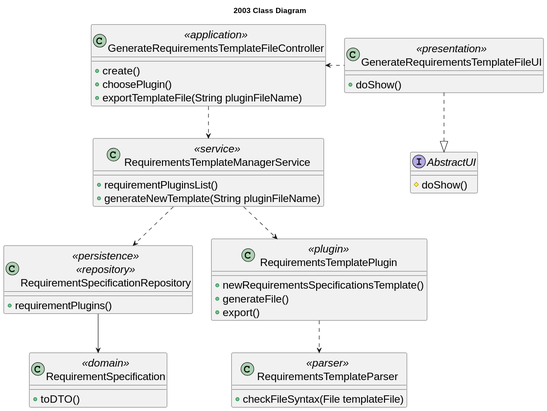
This is docs/sb_us_2003/US2003_Class_Diagram/US2003_class_diagram.svg from rita-barbosa/LAPR4-2324, a PlantUML export, as it was before one commit.
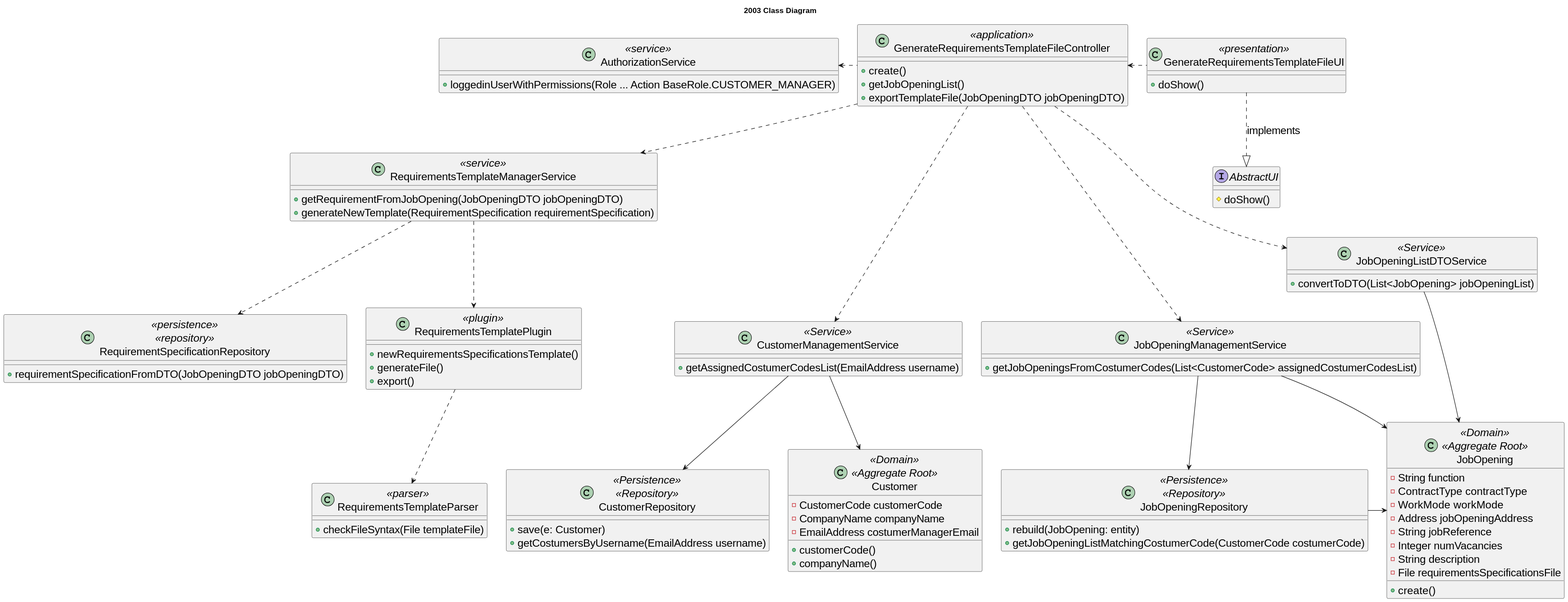
After the commit.

Commit message:
docs: US2003 sequence diagram and class diagram corrections after EAPLI explanation + pattern justification update

What changed in the source:
```diff
@@ -13,21 +13,17 @@
 
 class GenerateRequirementsTemplateFileController <<application>> {
 + create()
-+ choosePlugin()
-+ exportTemplateFile(String pluginFileName)
++ getJobOpeningList()
++ exportTemplateFile(JobOpeningDTO jobOpeningDTO)
 }
 
 class RequirementsTemplateManagerService <<service>> {
-+ requirementPluginsList()
-+ generateNewTemplate(String pluginFileName)
++ getRequirementFromJobOpening(JobOpeningDTO jobOpeningDTO)
++ generateNewTemplate(RequirementSpecification requirementSpecification)
 }
 
 class RequirementSpecificationRepository <<persistence>>\n<<repository>> {
-+ requirementPlugins()
-}
-
-class RequirementSpecification <<domain>> {
-+ toDTO()
++ requirementSpecificationFromDTO(JobOpeningDTO jobOpeningDTO)
 }
 
 class RequirementsTemplatePlugin <<plugin>> {
@@ -40,15 +36,71 @@
 + checkFileSyntax(File templateFile)
 }
 
+class AuthorizationService <<service>> {
++ loggedinUserWithPermissions(Role ... Action BaseRole.CUSTOMER_MANAGER)
+}
+
+class JobOpeningRepository <<Persistence>> <<Repository>> {
++ rebuild(JobOpening: entity)
++ getJobOpeningListMatchingCostumerCode(CustomerCode costumerCode)
+}
+
+class CustomerManagementService <<Service>> {
++ getAssignedCostumerCodesList(EmailAddress username)
+}
+
+class CustomerRepository  <<Persistence>> <<Repository>>  {
++ save(e: Customer)
++ getCostumersByUsername(EmailAddress username)
+}
 
 
-AbstractUI <|.up. GenerateRequirementsTemplateFileUI
+class Customer <<Domain>> <<Aggregate Root>> {
+- CustomerCode customerCode
+- CompanyName companyName
+- EmailAddress costumerManagerEmail
++ customerCode()
++ companyName()
+}
+
+class JobOpeningManagementService <<Service>> {
++ getJobOpeningsFromCostumerCodes(List<CustomerCode> assignedCostumerCodesList)
+}
+
+class JobOpeningListDTOService <<Service>> {
++ convertToDTO(List<JobOpening> jobOpeningList)
+}
+
+class JobOpening <<Domain>> <<Aggregate Root>> {
+- String function
+- ContractType contractType
+- WorkMode workMode
+- Address jobOpeningAddress
+- String jobReference
+- Integer numVacancies
+- String description
+- File requirementsSpecificationsFile
++ create()
+}
 
 
+AbstractUI <|.up. GenerateRequirementsTemplateFileUI : implements
 GenerateRequirementsTemplateFileUI .left.> GenerateRequirementsTemplateFileController
+
+GenerateRequirementsTemplateFileController .left.> AuthorizationService
+GenerateRequirementsTemplateFileController ...> CustomerManagementService
+GenerateRequirementsTemplateFileController ...> JobOpeningManagementService
+GenerateRequirementsTemplateFileController ..> JobOpeningListDTOService
 GenerateRequirementsTemplateFileController ..> RequirementsTemplateManagerService
+
+CustomerManagementService -down-> CustomerRepository
+CustomerManagementService --> Customer
+JobOpeningManagementService --> JobOpeningRepository
+JobOpeningManagementService --> JobOpening
+JobOpeningListDTOService --> JobOpening
+JobOpeningRepository -> JobOpening
+
 RequirementsTemplateManagerService ..> RequirementSpecificationRepository
-RequirementSpecificationRepository --> RequirementSpecification
 RequirementsTemplateManagerService ..> RequirementsTemplatePlugin
 RequirementsTemplatePlugin ..> RequirementsTemplateParser
 @enduml
```
